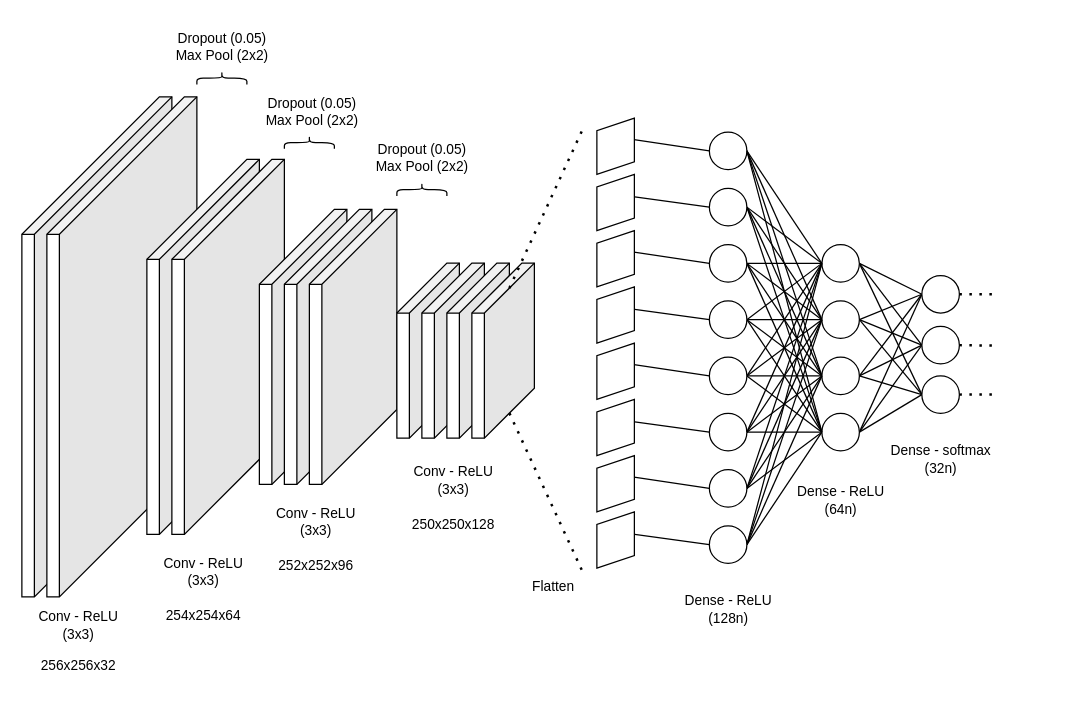
Above: CNN Diagram.drawio in Nicholas-Lam1/ENEL525_Project (draw.io), before the change. Source tidied: cells renumbered, new cells numbered last; positions are measured from the earlier drawing's top-left corner, leaving out a move shared by most shapes. Both pictures are drawn from the tidied source at 125%, with x=0, y=0 at pixel (21, 21).
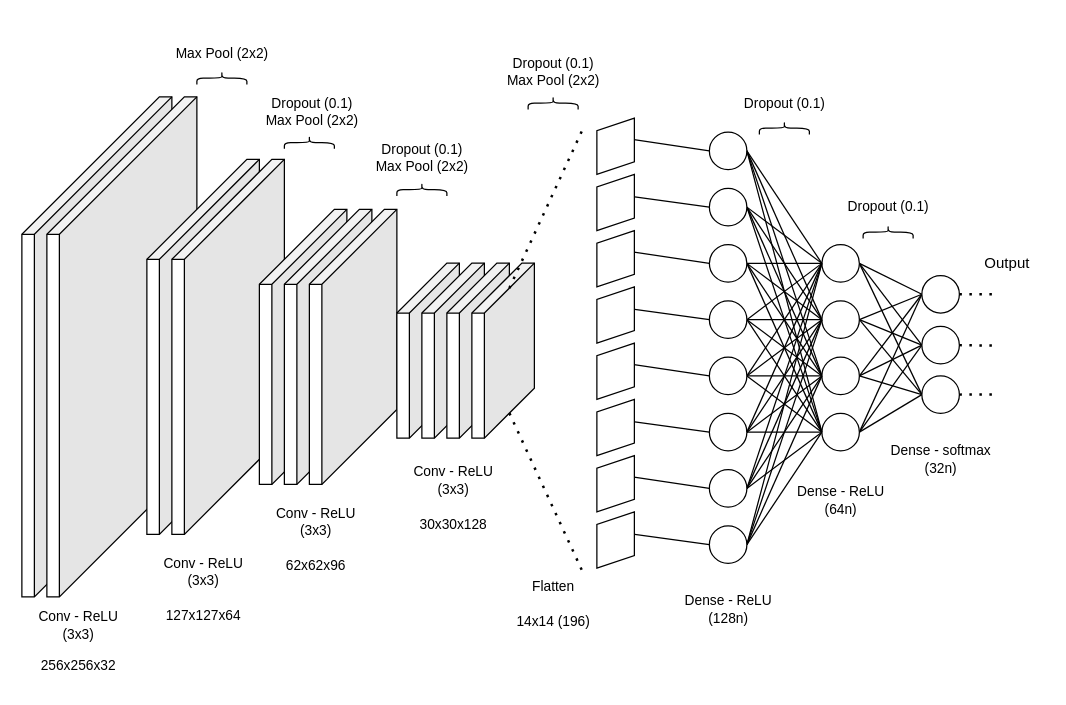
Above is the later version.

Commit message (it also covers changes not shown here):
Working on report, finished some parts of methodology. Updated diagram to be up-to-date.

The edit, as a diff of the source:
```diff
@@
-    <mxCell id="96" value="Dropout (0.05)&lt;br&gt;Max Pool (2x2)" style="text;html=1;align=center;verticalAlign=middle;strokeColor=none;fillColor=none;fontFamily=Helvetica;fontSize=11;fontColor=default;labelBackgroundColor=default;" parent="1" vertex="1">
-      <mxGeometry x="110" width="100" height="40" as="geometry" />
+    <mxCell id="96" value="Max Pool (2x2)" style="text;html=1;align=center;verticalAlign=middle;strokeColor=none;fillColor=none;fontFamily=Helvetica;fontSize=11;fontColor=default;labelBackgroundColor=default;" parent="1" vertex="1">
+      <mxGeometry x="110" y="10" width="100" height="30" as="geometry" />
     </mxCell>
@@
-    <mxCell id="102" value="254x254x64" style="text;html=1;align=center;verticalAlign=middle;strokeColor=none;fillColor=none;fontFamily=Helvetica;fontSize=11;fontColor=default;labelBackgroundColor=default;" parent="1" vertex="1">
+    <mxCell id="102" value="127x127x64" style="text;html=1;align=center;verticalAlign=middle;strokeColor=none;fillColor=none;fontFamily=Helvetica;fontSize=11;fontColor=default;labelBackgroundColor=default;" parent="1" vertex="1">
       <mxGeometry x="105" y="460" width="80" height="30" as="geometry" />
     </mxCell>
-    <mxCell id="103" value="252x252x96" style="text;html=1;align=center;verticalAlign=middle;strokeColor=none;fillColor=none;fontFamily=Helvetica;fontSize=11;fontColor=default;labelBackgroundColor=default;" parent="1" vertex="1">
-      <mxGeometry x="195" y="420" width="80" height="30" as="geometry" />
+    <mxCell id="103" value="62x62x96" style="text;html=1;align=center;verticalAlign=middle;strokeColor=none;fillColor=none;fontFamily=Helvetica;fontSize=11;fontColor=default;labelBackgroundColor=default;" parent="1" vertex="1">
+      <mxGeometry x="200" y="420" width="70" height="30" as="geometry" />
     </mxCell>
-    <mxCell id="104" value="250x250x128" style="text;html=1;align=center;verticalAlign=middle;strokeColor=none;fillColor=none;fontFamily=Helvetica;fontSize=11;fontColor=default;labelBackgroundColor=default;" parent="1" vertex="1">
-      <mxGeometry x="300" y="387" width="90" height="30" as="geometry" />
+    <mxCell id="104" value="30x30x128" style="text;html=1;align=center;verticalAlign=middle;strokeColor=none;fillColor=none;fontFamily=Helvetica;fontSize=11;fontColor=default;labelBackgroundColor=default;" parent="1" vertex="1">
+      <mxGeometry x="305" y="387" width="80" height="30" as="geometry" />
     </mxCell>
@@
-    <mxCell id="109" value="Dropout (0.05)&lt;br&gt;Max Pool (2x2)" style="text;html=1;align=center;verticalAlign=middle;strokeColor=none;fillColor=none;fontFamily=Helvetica;fontSize=11;fontColor=default;labelBackgroundColor=default;" parent="1" vertex="1">
+    <mxCell id="109" value="Dropout (0.1)&lt;br&gt;Max Pool (2x2)" style="text;html=1;align=center;verticalAlign=middle;strokeColor=none;fillColor=none;fontFamily=Helvetica;fontSize=11;fontColor=default;labelBackgroundColor=default;" parent="1" vertex="1">
       <mxGeometry x="182" y="51.5" width="100" height="40" as="geometry" />
     </mxCell>
-    <mxCell id="110" value="Dropout (0.05)&lt;br&gt;Max Pool (2x2)" style="text;html=1;align=center;verticalAlign=middle;strokeColor=none;fillColor=none;fontFamily=Helvetica;fontSize=11;fontColor=default;labelBackgroundColor=default;" parent="1" vertex="1">
+    <mxCell id="110" value="Dropout (0.1)&lt;div&gt;Max Pool (2x2)&lt;/div&gt;" style="text;html=1;align=center;verticalAlign=middle;strokeColor=none;fillColor=none;fontFamily=Helvetica;fontSize=11;fontColor=default;labelBackgroundColor=default;" parent="1" vertex="1">
       <mxGeometry x="270" y="89.2" width="100" height="40" as="geometry" />
     </mxCell>
+    <mxCell id="111" style="shape=curlyBracket;whiteSpace=wrap;html=1;rounded=1;labelPosition=left;verticalLabelPosition=middle;align=right;verticalAlign=middle;fontFamily=Helvetica;fontSize=11;fontColor=default;labelBackgroundColor=default;direction=south;size=0.5;" parent="1" vertex="1">
+      <mxGeometry x="405" y="60" width="40" height="10" as="geometry" />
+    </mxCell>
+    <mxCell id="112" value="Dropout (0.1)&lt;br&gt;Max Pool (2x2)" style="text;html=1;align=center;verticalAlign=middle;strokeColor=none;fillColor=none;fontFamily=Helvetica;fontSize=11;fontColor=default;labelBackgroundColor=default;" parent="1" vertex="1">
+      <mxGeometry x="375" y="20" width="100" height="40" as="geometry" />
+    </mxCell>
+    <mxCell id="113" value="14x14 (196)" style="text;html=1;align=center;verticalAlign=middle;strokeColor=none;fillColor=none;fontFamily=Helvetica;fontSize=11;fontColor=default;labelBackgroundColor=default;" parent="1" vertex="1">
+      <mxGeometry x="385" y="465" width="80" height="30" as="geometry" />
+    </mxCell>
+    <mxCell id="114" style="shape=curlyBracket;whiteSpace=wrap;html=1;rounded=1;labelPosition=left;verticalLabelPosition=middle;align=right;verticalAlign=middle;fontFamily=Helvetica;fontSize=11;fontColor=default;labelBackgroundColor=default;direction=south;size=0.5;" parent="1" vertex="1">
+      <mxGeometry x="590" y="80" width="40" height="10" as="geometry" />
+    </mxCell>
+    <mxCell id="115" value="Dropout (0.1)" style="text;html=1;align=center;verticalAlign=middle;strokeColor=none;fillColor=none;fontFamily=Helvetica;fontSize=11;fontColor=default;labelBackgroundColor=default;" parent="1" vertex="1">
+      <mxGeometry x="565" y="50" width="90" height="30" as="geometry" />
+    </mxCell>
+    <mxCell id="116" style="shape=curlyBracket;whiteSpace=wrap;html=1;rounded=1;labelPosition=left;verticalLabelPosition=middle;align=right;verticalAlign=middle;fontFamily=Helvetica;fontSize=11;fontColor=default;labelBackgroundColor=default;direction=south;size=0.5;" parent="1" vertex="1">
+      <mxGeometry x="673" y="163.2" width="40" height="10" as="geometry" />
+    </mxCell>
+    <mxCell id="117" value="Dropout (0.1)" style="text;html=1;align=center;verticalAlign=middle;strokeColor=none;fillColor=none;fontFamily=Helvetica;fontSize=11;fontColor=default;labelBackgroundColor=default;" parent="1" vertex="1">
+      <mxGeometry x="648" y="133.2" width="90" height="30" as="geometry" />
+    </mxCell>
+    <mxCell id="118" value="Output" style="text;html=1;align=center;verticalAlign=middle;strokeColor=none;fillColor=none;" parent="1" vertex="1">
+      <mxGeometry x="758" y="178.2" width="60" height="30" as="geometry" />
+    </mxCell>
```
